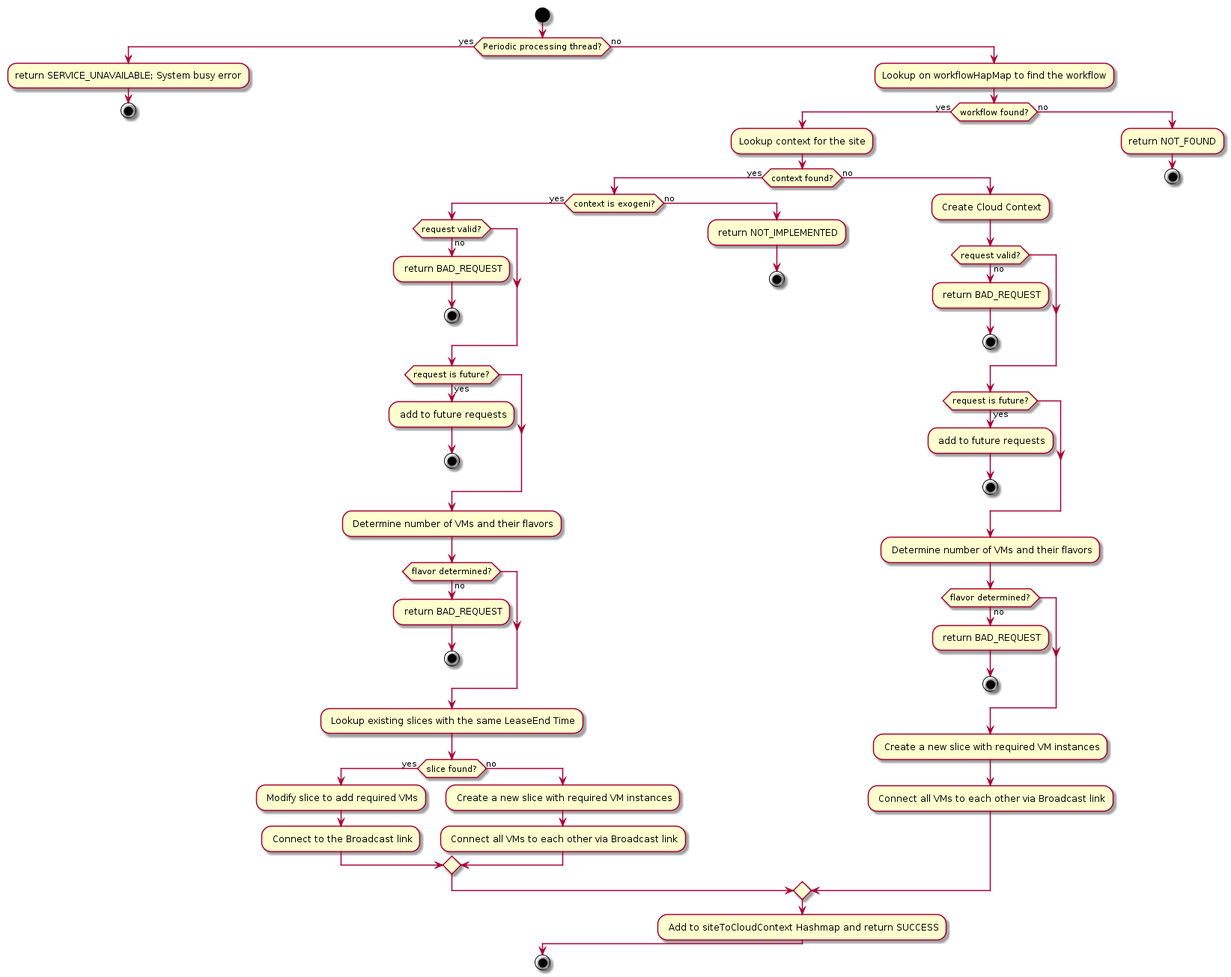
This is mobius/plantuml/images/compute.png from RENCI-NRIG/Mobius, a PlantUML export, as it was before one commit. Source of this version:
```plantuml
@startuml
start

    if (Periodic processing thread?) then (yes)
        :return SERVICE_UNAVAILABLE; System busy error;
        stop
    else (no)
        :Lookup on workflowHapMap to find the workflow;
        if (workflow found?) then (yes)
            :Lookup context for the site;
            if (context found?) then (yes)
                if (context is exogeni?) then (yes)
                    if (request valid?) then (no)
                        : return BAD_REQUEST;
                        stop
                    endif
                    if (request is future?) then (yes)
                        : add to future requests;
                        stop
                    endif
                    : Determine number of VMs and their flavors;
                    if (flavor determined?) then (no)
                        : return BAD_REQUEST;
                        stop
                    endif
                    : Lookup existing slices with the same LeaseEnd Time;
                    if (slice found?) then (yes)
                        : Modify slice to add required VMs;
                        : Connect to the Broadcast link;
                    else (no)
                        : Create a new slice with required VM instances;
                        : Connect all VMs to each other via Broadcast link;
                    endif
                else (no)
                    : return NOT_IMPLEMENTED;
                    stop
                endif
            else (no)
                : Create Cloud Context;
                if (request valid?) then (no)
                    : return BAD_REQUEST;
                    stop
                endif
                if (request is future?) then (yes)
                        : add to future requests;
                        stop
                endif
                : Determine number of VMs and their flavors;
                if (flavor determined?) then (no)
                    : return BAD_REQUEST;
                    stop
                endif
                : Create a new slice with required VM instances;
                : Connect all VMs to each other via Broadcast link;
            endif
            : Add to siteToCloudContext Hashmap and return SUCCESS;
        else (no)
            :return NOT_FOUND;
            stop
        endif
    endif
stop
@enduml
```
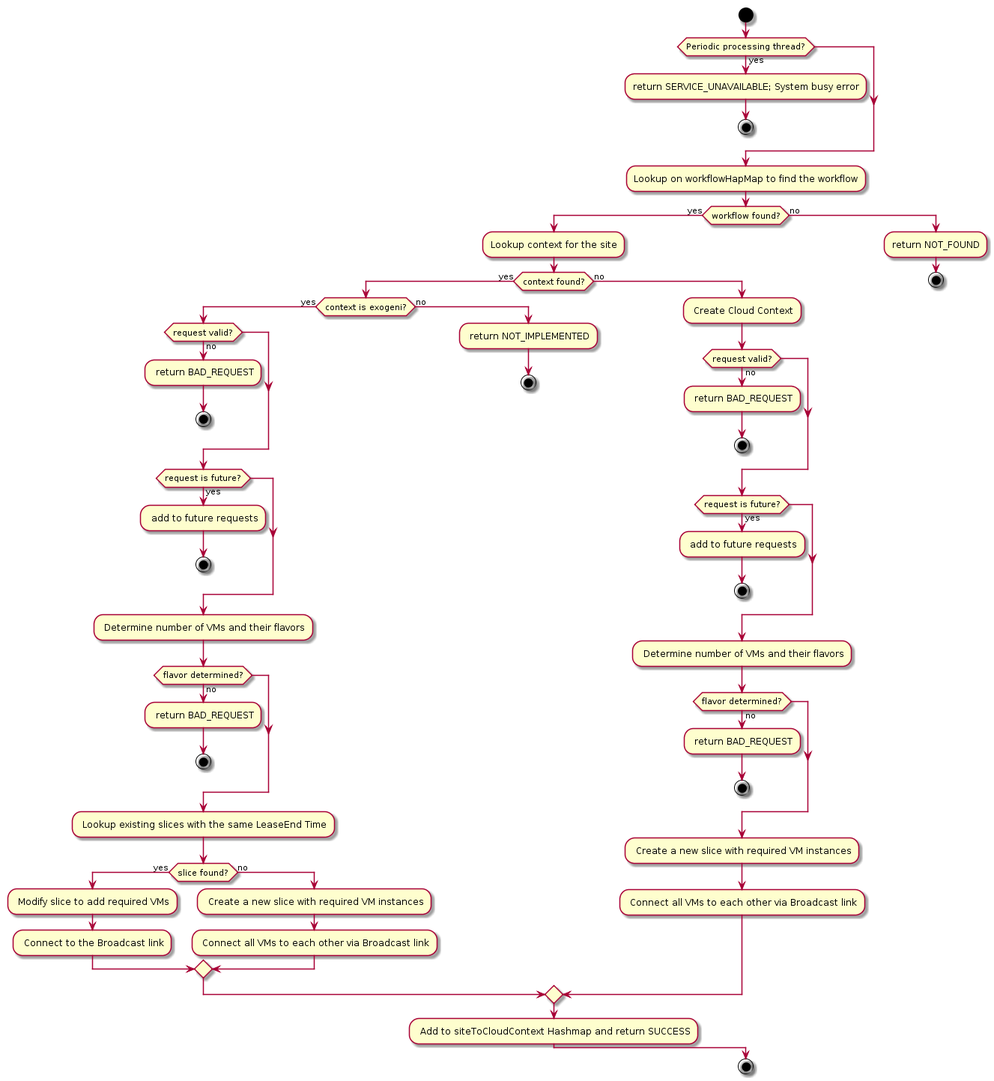
Later version of the same file.

Commit message:
compute and storage support

What changed in the source:
```diff
@@ -4,60 +4,59 @@
     if (Periodic processing thread?) then (yes)
         :return SERVICE_UNAVAILABLE; System busy error;
         stop
-    else (no)
-        :Lookup on workflowHapMap to find the workflow;
-        if (workflow found?) then (yes)
-            :Lookup context for the site;
-            if (context found?) then (yes)
-                if (context is exogeni?) then (yes)
-                    if (request valid?) then (no)
-                        : return BAD_REQUEST;
-                        stop
-                    endif
-                    if (request is future?) then (yes)
-                        : add to future requests;
-                        stop
-                    endif
-                    : Determine number of VMs and their flavors;
-                    if (flavor determined?) then (no)
-                        : return BAD_REQUEST;
-                        stop
-                    endif
-                    : Lookup existing slices with the same LeaseEnd Time;
-                    if (slice found?) then (yes)
-                        : Modify slice to add required VMs;
-                        : Connect to the Broadcast link;
-                    else (no)
-                        : Create a new slice with required VM instances;
-                        : Connect all VMs to each other via Broadcast link;
-                    endif
-                else (no)
-                    : return NOT_IMPLEMENTED;
-                    stop
-                endif
-            else (no)
-                : Create Cloud Context;
+    endif
+    :Lookup on workflowHapMap to find the workflow;
+    if (workflow found?) then (yes)
+        :Lookup context for the site;
+        if (context found?) then (yes)
+            if (context is exogeni?) then (yes)
                 if (request valid?) then (no)
                     : return BAD_REQUEST;
                     stop
                 endif
                 if (request is future?) then (yes)
-                        : add to future requests;
-                        stop
+                    : add to future requests;
+                    stop
                 endif
                 : Determine number of VMs and their flavors;
                 if (flavor determined?) then (no)
                     : return BAD_REQUEST;
                     stop
                 endif
-                : Create a new slice with required VM instances;
-                : Connect all VMs to each other via Broadcast link;
+                : Lookup existing slices with the same LeaseEnd Time;
+                if (slice found?) then (yes)
+                    : Modify slice to add required VMs;
+                    : Connect to the Broadcast link;
+                else (no)
+                    : Create a new slice with required VM instances;
+                    : Connect all VMs to each other via Broadcast link;
+                endif
+            else (no)
+                : return NOT_IMPLEMENTED;
+                stop
             endif
-            : Add to siteToCloudContext Hashmap and return SUCCESS;
         else (no)
-            :return NOT_FOUND;
-            stop
+            : Create Cloud Context;
+            if (request valid?) then (no)
+                : return BAD_REQUEST;
+                stop
+            endif
+            if (request is future?) then (yes)
+                    : add to future requests;
+                    stop
+            endif
+            : Determine number of VMs and their flavors;
+            if (flavor determined?) then (no)
+                : return BAD_REQUEST;
+                stop
+            endif
+            : Create a new slice with required VM instances;
+            : Connect all VMs to each other via Broadcast link;
         endif
+        : Add to siteToCloudContext Hashmap and return SUCCESS;
+    else (no)
+        :return NOT_FOUND;
+        stop
     endif
 stop
 @enduml
```
